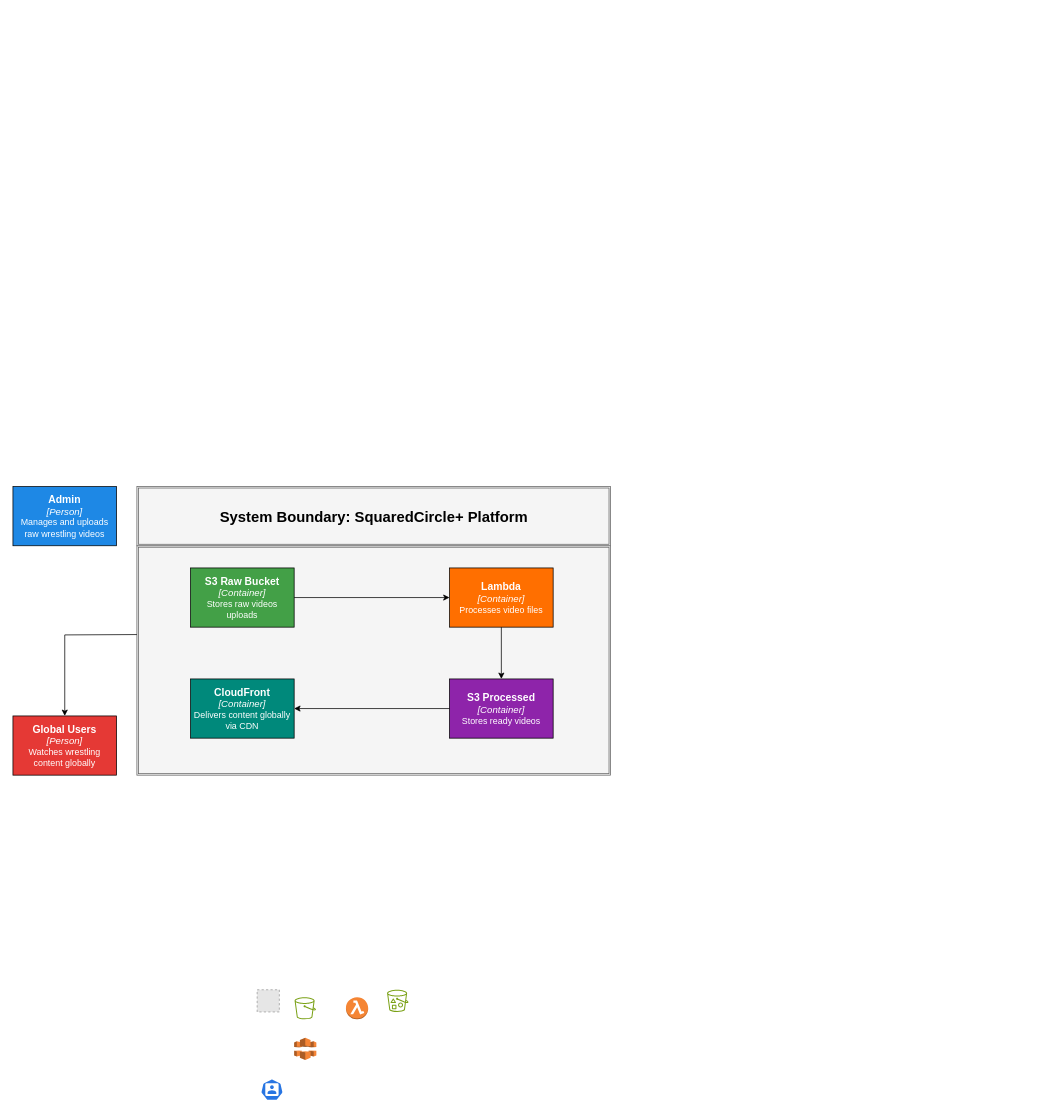
The draw.io diagram AWS Cloud Advanced - Figure 2.drawio in Matasem-h/SimpleFlowcharts, before the edit. Source tidied: cells renumbered, new cells numbered last; positions are measured from the earlier drawing's top-left corner, leaving out a move shared by most shapes. Both pictures are drawn from the tidied source at 74%, with x=0, y=0 at pixel (13, 486). Pictures stored in the file or linked from it are replaced by grey dashed boxes.
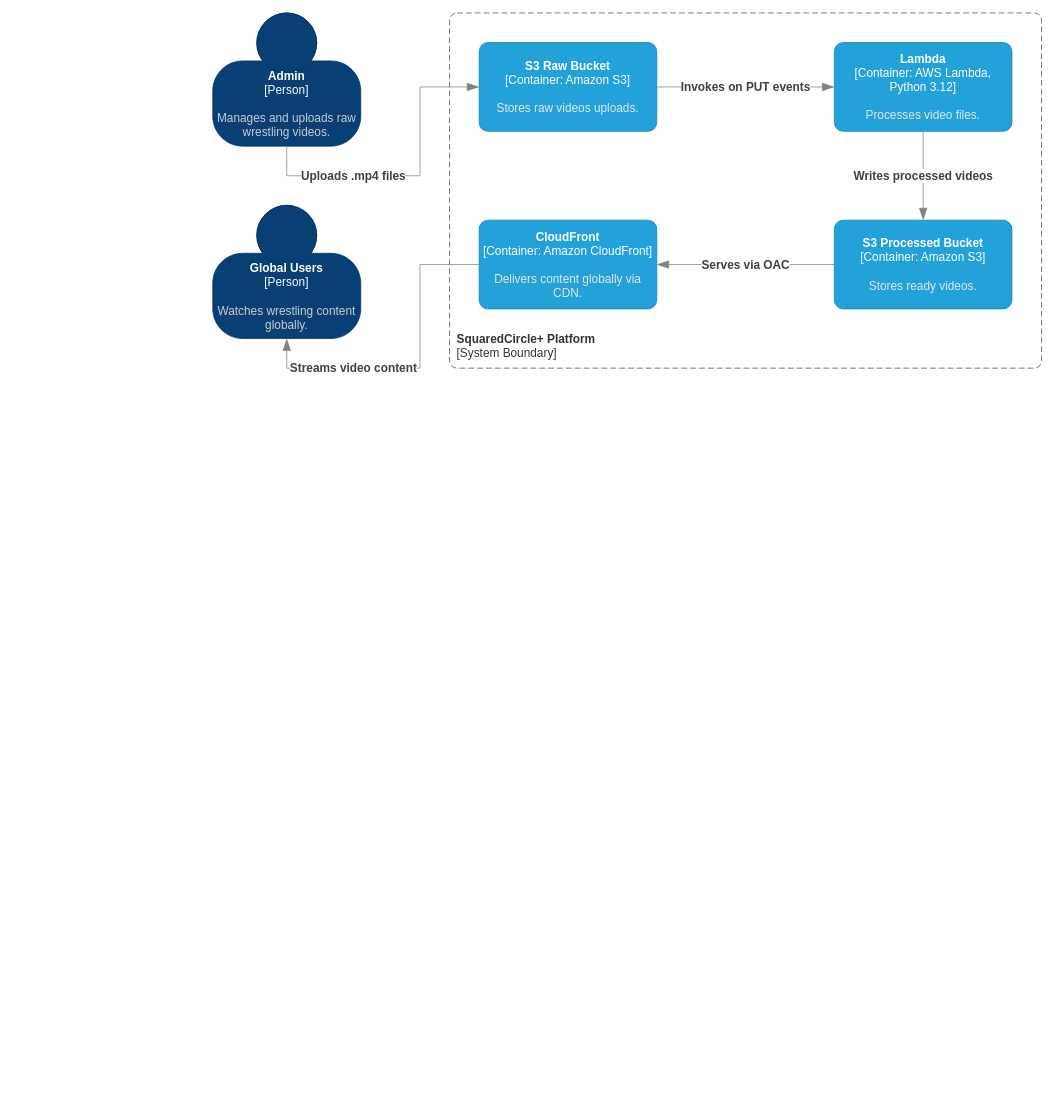
After the change.

Diff of the diagram source:
```diff
@@
-    <mxCell id="2" style="shape=ext;double=1;rounded=0;whiteSpace=wrap;html=1;fillColor=#F5F5F5;strokeColor=#616161;" parent="1" vertex="1">
-      <mxGeometry x="167.5" y="80" width="640" height="310" as="geometry" />
-    </mxCell>
-    <mxCell id="3" value="&lt;div&gt;&lt;font style=&quot;font-size: 14px;&quot;&gt;&lt;b&gt;Global Users&lt;/b&gt;&lt;/font&gt;&lt;/div&gt;&lt;div&gt;&lt;i&gt;&lt;font style=&quot;font-size: 13px;&quot;&gt;[Person]&lt;/font&gt;&lt;/i&gt;&lt;/div&gt;&lt;div&gt;Watches wrestling content globally&lt;/div&gt;" style="rounded=0;whiteSpace=wrap;html=1;fillColor=#E53935;fontColor=#FFFFFF;" parent="1" vertex="1">
-      <mxGeometry y="310" width="140" height="80" as="geometry" />
-    </mxCell>
-    <mxCell id="4" value="&lt;div&gt;&lt;font style=&quot;font-size: 14px;&quot;&gt;&lt;b&gt;Admin&lt;/b&gt;&lt;/font&gt;&lt;/div&gt;&lt;div&gt;&lt;i&gt;&lt;font style=&quot;font-size: 13px;&quot;&gt;[Person]&lt;/font&gt;&lt;/i&gt;&lt;/div&gt;&lt;div&gt;Manages and uploads raw wrestling videos&lt;/div&gt;" style="rounded=0;whiteSpace=wrap;html=1;fillColor=#1E88E5;fontColor=#FFFFFF;" parent="1" vertex="1">
-      <mxGeometry width="140" height="80" as="geometry" />
-    </mxCell>
-    <mxCell id="5" value="&lt;div&gt;&lt;font style=&quot;font-size: 14px;&quot;&gt;&lt;b&gt;&lt;font&gt;S3 Raw Bucket&lt;/font&gt;&lt;/b&gt;&lt;/font&gt;&lt;/div&gt;&lt;div&gt;&lt;i&gt;&lt;font style=&quot;font-size: 13px;&quot;&gt;[Container]&lt;/font&gt;&lt;/i&gt;&lt;/div&gt;&lt;div&gt;Stores raw videos uploads&lt;/div&gt;" style="rounded=0;whiteSpace=wrap;html=1;fillColor=#43A047;fontColor=#FFFFFF;" parent="1" vertex="1">
-      <mxGeometry x="240" y="110" width="140" height="80" as="geometry" />
-    </mxCell>
-    <mxCell id="6" value="&lt;div&gt;&lt;font style=&quot;font-size: 14px;&quot;&gt;&lt;b&gt;Lambda&lt;/b&gt;&lt;/font&gt;&lt;/div&gt;&lt;div&gt;&lt;font style=&quot;font-size: 13px;&quot;&gt;&lt;i&gt;[Container]&lt;/i&gt;&lt;/font&gt;&lt;/div&gt;&lt;div&gt;Processes video files&lt;/div&gt;" style="rounded=0;whiteSpace=wrap;html=1;fillColor=#FF6F00;fontColor=#FFFFFF;" parent="1" vertex="1">
-      <mxGeometry x="590" y="110" width="140" height="80" as="geometry" />
-    </mxCell>
-    <mxCell id="7" value="&lt;div&gt;&lt;font style=&quot;font-size: 14px;&quot;&gt;&lt;b&gt;&lt;font&gt;CloudFront&lt;/font&gt;&lt;/b&gt;&lt;/font&gt;&lt;/div&gt;&lt;div&gt;&lt;i&gt;&lt;font style=&quot;font-size: 13px;&quot;&gt;[Container]&lt;/font&gt;&lt;/i&gt;&lt;/div&gt;&lt;div&gt;Delivers content globally via CDN&lt;/div&gt;" style="rounded=0;whiteSpace=wrap;html=1;fillColor=#00897B;fontColor=#FFFFFF;" parent="1" vertex="1">
-      <mxGeometry x="240" y="260" width="140" height="80" as="geometry" />
-    </mxCell>
-    <mxCell id="8" value="&lt;div&gt;&lt;font style=&quot;font-size: 14px;&quot;&gt;&lt;b&gt;S3 Processed&lt;/b&gt;&lt;/font&gt;&lt;/div&gt;&lt;div&gt;&lt;i&gt;&lt;font style=&quot;font-size: 13px;&quot;&gt;[Container]&lt;/font&gt;&lt;/i&gt;&lt;/div&gt;&lt;div&gt;Stores ready videos&lt;/div&gt;" style="rounded=0;whiteSpace=wrap;html=1;fillColor=#8E24AA;fontColor=#FFFFFF;" parent="1" vertex="1">
-      <mxGeometry x="590" y="260" width="140" height="80" as="geometry" />
-    </mxCell>
-    <mxCell id="9" style="dashed=0;verticalLabelPosition=bottom;verticalAlign=top;align=center;html=1;shape=mxgraph.aws3.lambda_function;fillColor=#F58534;gradientColor=none;" parent="1" vertex="1">
-      <mxGeometry x="450" y="690" width="30" height="30" as="geometry" />
-    </mxCell>
-    <mxCell id="10" style="sketch=0;fontColor=#232F3E;gradientColor=none;fillColor=#7AA116;strokeColor=none;dashed=0;verticalLabelPosition=bottom;verticalAlign=top;align=center;html=1;fontSize=12;fontStyle=0;shape=mxgraph.aws4.bucket_with_objects;" parent="1" vertex="1">
-      <mxGeometry x="505" y="680" width="30" height="30" as="geometry" />
-    </mxCell>
-    <mxCell id="11" style="dashed=0;verticalLabelPosition=bottom;verticalAlign=top;align=center;html=1;shape=mxgraph.aws3.cloudfront;fillColor=#F58536;gradientColor=none;" parent="1" vertex="1">
-      <mxGeometry x="380" y="745" width="30" height="30" as="geometry" />
-    </mxCell>
-    <mxCell id="12" style="sketch=0;html=1;dashed=0;whitespace=wrap;verticalLabelPosition=bottom;verticalAlign=top;fillColor=#2875E2;strokeColor=#ffffff;shape=mxgraph.kubernetes.icon2;prIcon=user;" parent="1" vertex="1">
-      <mxGeometry x="335" y="800" width="30" height="30" as="geometry" />
-    </mxCell>
-    <mxCell id="13" style="fillColor=#E6E6E6;strokeColor=#999999;dashed=1;verticalLabelPosition=bottom;labelBackgroundColor=default;verticalAlign=top;" parent="1" vertex="1">
-      <mxGeometry x="330" y="680" width="30" height="30" as="geometry" />
-    </mxCell>
-    <mxCell id="14" style="sketch=0;fontColor=#232F3E;gradientColor=none;fillColor=#7AA116;strokeColor=none;dashed=0;verticalLabelPosition=bottom;verticalAlign=top;align=center;html=1;fontSize=12;fontStyle=0;shape=mxgraph.aws4.bucket;" parent="1" vertex="1">
-      <mxGeometry x="380" y="690" width="30" height="30" as="geometry" />
-    </mxCell>
-    <mxCell id="15" value="&lt;font style=&quot;font-size: 20px;&quot;&gt;&lt;b&gt;System Boundary: SquaredCircle+ Platform&lt;/b&gt;&lt;/font&gt;" style="shape=ext;double=1;rounded=0;whiteSpace=wrap;html=1;fillColor=#F5F5F5;strokeColor=#616161;fontColor=#000000;" parent="1" vertex="1">
-      <mxGeometry x="167.5" width="640" height="80" as="geometry" />
-    </mxCell>
-    <mxCell id="16" style="endArrow=classic;html=1;rounded=0;entryX=0;entryY=0.5;entryDx=0;entryDy=0;exitX=1;exitY=0.5;exitDx=0;exitDy=0;" parent="1" edge="1" source="5" target="6">
-      <mxGeometry relative="1" as="geometry" />
-    </mxCell>
-    <mxCell id="17" style="endArrow=classic;html=1;rounded=0;entryX=0.5;entryY=0;entryDx=0;entryDy=0;exitX=0.5;exitY=1;exitDx=0;exitDy=0;" parent="1" edge="1" source="6" target="8">
-      <mxGeometry relative="1" as="geometry" />
-    </mxCell>
-    <mxCell id="18" style="endArrow=classic;html=1;rounded=0;entryX=1;entryY=0.5;entryDx=0;entryDy=0;exitX=0;exitY=0.5;exitDx=0;exitDy=0;" parent="1" edge="1" source="8" target="7">
-      <mxGeometry relative="1" as="geometry" />
-    </mxCell>
-    <mxCell id="19" style="endArrow=classic;html=1;rounded=0;entryX=0.5;entryY=0;entryDx=0;entryDy=0;exitX=0;exitY=0.5;exitDx=0;exitDy=0;edgeStyle=orthogonalEdgeStyle;" parent="1" edge="1" target="3">
-      <mxGeometry relative="1" as="geometry">
-        <mxPoint x="167.5" y="200" as="sourcePoint" />
-      </mxGeometry>
-    </mxCell>
+    <object id="20" label="&lt;font&gt;&lt;b&gt;%c4Name%&lt;/b&gt;&lt;/font&gt;&lt;div&gt;[%c4Type%]&lt;/div&gt;&lt;br&gt;&lt;div&gt;&lt;font&gt;&lt;font color=&quot;#cccccc&quot;&gt;%c4Description%&lt;/font&gt;&lt;/font&gt;&lt;/div&gt;" c4Description="Watches wrestling content globally." c4Name="Global Users" c4Type="Person" placeholders="1">
+      <mxCell style="html=1;fontSize=16;dashed=0;whiteSpace=wrap;fillColor=#083F75;strokeColor=#06315C;fontColor=#ffffff;shape=mxgraph.c4.person2;align=center;points=[[0.5,0,0],[1,0.5,0],[1,0.75,0],[0.75,1,0],[0.5,1,0],[0.25,1,0],[0,0.75,0],[0,0.5,0]];" parent="1" vertex="1">
+        <mxGeometry x="270" y="-380" width="200" height="180" as="geometry" />
+      </mxCell>
+    </object>
+    <object id="21" label="&lt;font&gt;&lt;b&gt;%c4Name%&lt;/b&gt;&lt;/font&gt;&lt;div&gt;[%c4Type%: %c4Technology%]&lt;/div&gt;&lt;br&gt;&lt;div&gt;&lt;font&gt;&lt;font color=&quot;#E6E6E6&quot;&gt;%c4Description%&lt;/font&gt;&lt;/font&gt;&lt;/div&gt;" c4Description="Stores raw videos uploads." c4Name="S3 Raw Bucket" c4Technology="Amazon S3" c4Type="Container" placeholders="1">
+      <mxCell style="rounded=1;whiteSpace=wrap;html=1;fontSize=16;labelBackgroundColor=none;fillColor=#23A2D9;fontColor=#ffffff;align=center;arcSize=10;strokeColor=#0E7DAD;points=[[0.25,0,0],[0.5,0,0],[0.75,0,0],[1,0.25,0],[1,0.5,0],[1,0.75,0],[0.75,1,0],[0.5,1,0],[0.25,1,0],[0,0.75,0],[0,0.5,0],[0,0.25,0]];" parent="1" vertex="1">
+        <mxGeometry x="630" y="-600" width="240" height="120" as="geometry" />
+      </mxCell>
+    </object>
+    <object id="22" label="&lt;font&gt;&lt;b&gt;%c4Name%&lt;/b&gt;&lt;/font&gt;&lt;div&gt;[%c4Type%]&lt;/div&gt;&lt;br&gt;&lt;div&gt;&lt;font&gt;&lt;font color=&quot;#cccccc&quot;&gt;%c4Description%&lt;/font&gt;&lt;/font&gt;&lt;/div&gt;" c4Description="Manages and uploads raw wrestling videos." c4Name="Admin" c4Type="Person" placeholders="1">
+      <mxCell style="html=1;fontSize=16;dashed=0;whiteSpace=wrap;fillColor=#083F75;strokeColor=#06315C;fontColor=#ffffff;shape=mxgraph.c4.person2;align=center;points=[[0.5,0,0],[1,0.5,0],[1,0.75,0],[0.75,1,0],[0.5,1,0],[0.25,1,0],[0,0.75,0],[0,0.5,0]];" parent="1" vertex="1">
+        <mxGeometry x="270" y="-640" width="200" height="180" as="geometry" />
+      </mxCell>
+    </object>
+    <object id="23" label="&lt;font&gt;&lt;b&gt;%c4Name%&lt;/b&gt;&lt;/font&gt;&lt;div&gt;[%c4Type%: %c4Technology%]&lt;/div&gt;&lt;br&gt;&lt;div&gt;&lt;font&gt;&lt;font color=&quot;#E6E6E6&quot;&gt;%c4Description%&lt;/font&gt;&lt;/font&gt;&lt;/div&gt;" c4Description="Delivers content globally via CDN." c4Name="CloudFront" c4Technology="Amazon CloudFront" c4Type="Container" placeholders="1">
+      <mxCell style="rounded=1;whiteSpace=wrap;html=1;fontSize=16;labelBackgroundColor=none;fillColor=#23A2D9;fontColor=#ffffff;align=center;arcSize=10;strokeColor=#0E7DAD;points=[[0.25,0,0],[0.5,0,0],[0.75,0,0],[1,0.25,0],[1,0.5,0],[1,0.75,0],[0.75,1,0],[0.5,1,0],[0.25,1,0],[0,0.75,0],[0,0.5,0],[0,0.25,0]];" parent="1" vertex="1">
+        <mxGeometry x="630" y="-360" width="240" height="120" as="geometry" />
+      </mxCell>
+    </object>
+    <object id="24" label="&lt;font&gt;&lt;b&gt;%c4Name%&lt;/b&gt;&lt;/font&gt;&lt;div&gt;[%c4Type%: %c4Technology%]&lt;/div&gt;&lt;br&gt;&lt;div&gt;&lt;font&gt;&lt;font color=&quot;#E6E6E6&quot;&gt;%c4Description%&lt;/font&gt;&lt;/font&gt;&lt;/div&gt;" c4Description="Processes video files." c4Name="Lambda" c4Technology="AWS Lambda, Python 3.12" c4Type="Container" placeholders="1">
+      <mxCell style="rounded=1;whiteSpace=wrap;html=1;fontSize=16;labelBackgroundColor=none;fillColor=#23A2D9;fontColor=#ffffff;align=center;arcSize=10;strokeColor=#0E7DAD;points=[[0.25,0,0],[0.5,0,0],[0.75,0,0],[1,0.25,0],[1,0.5,0],[1,0.75,0],[0.75,1,0],[0.5,1,0],[0.25,1,0],[0,0.75,0],[0,0.5,0],[0,0.25,0]];" parent="1" vertex="1">
+        <mxGeometry x="1110" y="-600" width="240" height="120" as="geometry" />
+      </mxCell>
+    </object>
+    <object id="25" label="&lt;font&gt;&lt;b&gt;%c4Name%&lt;/b&gt;&lt;/font&gt;&lt;div&gt;[%c4Type%: %c4Technology%]&lt;/div&gt;&lt;br&gt;&lt;div&gt;&lt;font&gt;&lt;font color=&quot;#E6E6E6&quot;&gt;%c4Description%&lt;/font&gt;&lt;/font&gt;&lt;/div&gt;" c4Description="Stores ready videos." c4Name="S3 Processed Bucket" c4Technology="Amazon S3" c4Type="Container" placeholders="1">
+      <mxCell style="rounded=1;whiteSpace=wrap;html=1;fontSize=16;labelBackgroundColor=none;fillColor=#23A2D9;fontColor=#ffffff;align=center;arcSize=10;strokeColor=#0E7DAD;points=[[0.25,0,0],[0.5,0,0],[0.75,0,0],[1,0.25,0],[1,0.5,0],[1,0.75,0],[0.75,1,0],[0.5,1,0],[0.25,1,0],[0,0.75,0],[0,0.5,0],[0,0.25,0]];" parent="1" vertex="1">
+        <mxGeometry x="1110" y="-360" width="240" height="120" as="geometry" />
+      </mxCell>
+    </object>
+    <object id="26" label="&lt;font&gt;&lt;b&gt;&lt;div style=&quot;text-align: left&quot;&gt;%c4Name%&lt;/div&gt;&lt;/b&gt;&lt;/font&gt;&lt;div style=&quot;text-align: left&quot;&gt;[%c4Application%]&lt;/div&gt;" c4Application="System Boundary" c4Name="SquaredCircle+ Platform" placeholders="1">
+      <mxCell style="rounded=1;fontSize=16;whiteSpace=wrap;html=1;dashed=1;arcSize=20;fillColor=none;strokeColor=#4D4D4D;fontColor=#333333;labelBackgroundColor=none;align=left;verticalAlign=bottom;labelBorderColor=none;spacingTop=0;spacing=10;dashPattern=8 4;perimeter=rectanglePerimeter;noLabel=0;labelPadding=0;absoluteArcSize=1;" parent="1" vertex="1">
+        <mxGeometry x="590" y="-640" width="800" height="480" as="geometry" />
+      </mxCell>
+    </object>
+    <object id="27" label="&lt;div style=&quot;text-align: left&quot;&gt;&lt;div style=&quot;text-align: center&quot;&gt;&lt;b&gt;%c4Description%&lt;/b&gt;&lt;/div&gt;&lt;/div&gt;" c4Description="Invokes on PUT events" placeholders="1">
+      <mxCell style="endArrow=blockThin;html=1;fontSize=16;fontColor=#404040;strokeWidth=1;endFill=1;strokeColor=#828282;elbow=vertical;endSize=14;startSize=14;jumpStyle=arc;jumpSize=16;rounded=0;edgeStyle=orthogonalEdgeStyle;exitX=1;exitY=0.5;exitDx=0;exitDy=0;exitPerimeter=0;entryX=0;entryY=0.5;entryDx=0;entryDy=0;entryPerimeter=0;" parent="1" edge="1" source="21" target="24">
+        <mxGeometry relative="1" as="geometry" />
+      </mxCell>
+    </object>
+    <object id="28" label="&lt;div style=&quot;text-align: left&quot;&gt;&lt;div style=&quot;text-align: center&quot;&gt;&lt;b&gt;%c4Description%&lt;/b&gt;&lt;/div&gt;&lt;/div&gt;" c4Description="Writes processed videos" placeholders="1">
+      <mxCell style="endArrow=blockThin;html=1;fontSize=16;fontColor=#404040;strokeWidth=1;endFill=1;strokeColor=#828282;elbow=vertical;endSize=14;startSize=14;jumpStyle=arc;jumpSize=16;rounded=0;edgeStyle=orthogonalEdgeStyle;exitX=0.5;exitY=1;exitDx=0;exitDy=0;exitPerimeter=0;entryX=0.5;entryY=0;entryDx=0;entryDy=0;entryPerimeter=0;" parent="1" edge="1" source="24" target="25">
+        <mxGeometry relative="1" as="geometry" />
+      </mxCell>
+    </object>
+    <object id="29" label="&lt;div style=&quot;text-align: left&quot;&gt;&lt;div style=&quot;text-align: center&quot;&gt;&lt;b&gt;%c4Description%&lt;/b&gt;&lt;/div&gt;&lt;/div&gt;" c4Description="Serves via OAC" placeholders="1">
+      <mxCell style="endArrow=blockThin;html=1;fontSize=16;fontColor=#404040;strokeWidth=1;endFill=1;strokeColor=#828282;elbow=vertical;endSize=14;startSize=14;jumpStyle=arc;jumpSize=16;rounded=0;edgeStyle=orthogonalEdgeStyle;exitX=0;exitY=0.5;exitDx=0;exitDy=0;exitPerimeter=0;entryX=1;entryY=0.5;entryDx=0;entryDy=0;entryPerimeter=0;" parent="1" edge="1" source="25" target="23">
+        <mxGeometry relative="1" as="geometry" />
+      </mxCell>
+    </object>
+    <object id="30" label="&lt;div style=&quot;text-align: left&quot;&gt;&lt;div style=&quot;text-align: center&quot;&gt;&lt;b&gt;%c4Description%&lt;/b&gt;&lt;/div&gt;&lt;/div&gt;" c4Description="Uploads .mp4 files" placeholders="1">
+      <mxCell style="endArrow=blockThin;html=1;fontSize=16;fontColor=#404040;strokeWidth=1;endFill=1;strokeColor=#828282;elbow=vertical;endSize=14;startSize=14;jumpStyle=arc;jumpSize=16;rounded=0;edgeStyle=orthogonalEdgeStyle;exitX=0.5;exitY=1;exitDx=0;exitDy=0;exitPerimeter=0;entryX=0;entryY=0.5;entryDx=0;entryDy=0;entryPerimeter=0;" parent="1" edge="1" source="22" target="21">
+        <mxGeometry x="-0.38" relative="1" as="geometry">
+          <Array as="points">
+            <mxPoint x="370" y="-420" />
+            <mxPoint x="550" y="-420" />
+            <mxPoint x="550" y="-540" />
+          </Array>
+        </mxGeometry>
+      </mxCell>
+    </object>
+    <object id="31" label="&lt;div style=&quot;text-align: left&quot;&gt;&lt;div style=&quot;text-align: center&quot;&gt;&lt;b&gt;%c4Description%&lt;/b&gt;&lt;/div&gt;&lt;/div&gt;" c4Description="Streams video content" placeholders="1">
+      <mxCell style="endArrow=blockThin;html=1;fontSize=16;fontColor=#404040;strokeWidth=1;endFill=1;strokeColor=#828282;elbow=vertical;endSize=14;startSize=14;jumpStyle=arc;jumpSize=16;rounded=0;edgeStyle=orthogonalEdgeStyle;entryX=0.5;entryY=1;entryDx=0;entryDy=0;entryPerimeter=0;exitX=0;exitY=0.5;exitDx=0;exitDy=0;exitPerimeter=0;" parent="1" edge="1" source="23" target="20">
+        <mxGeometry x="0.41" relative="1" as="geometry">
+          <Array as="points">
+            <mxPoint x="550" y="-300" />
+            <mxPoint x="550" y="-160" />
+            <mxPoint x="370" y="-160" />
+          </Array>
+        </mxGeometry>
+      </mxCell>
+    </object>
```
